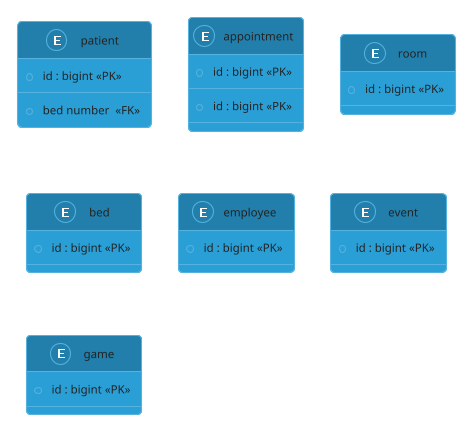
Before: puml/EER.png, a diagram exported from PlantUML (Oskar123456/SYSDAT-F25-TEAM-G).
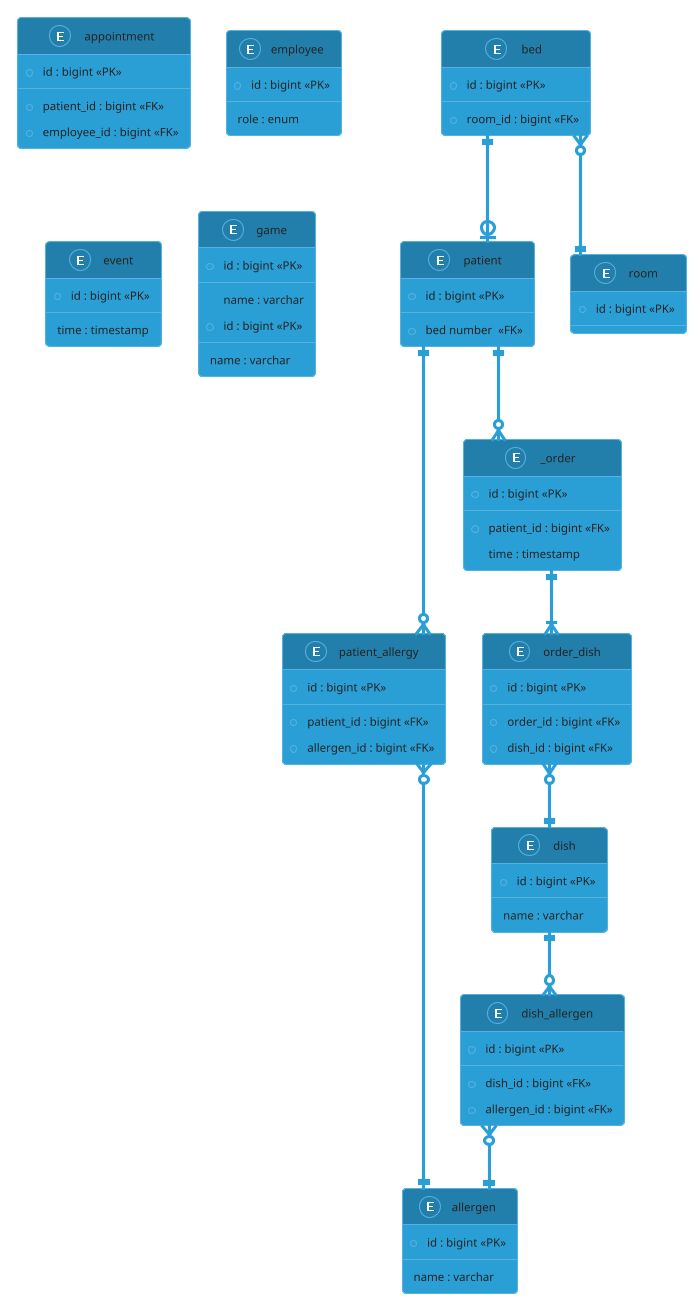
The same diagram one commit later.

What changed in the source:
```diff
@@ -8,9 +8,18 @@
     * bed number  <<FK>>
 }
 
+entity patient_allergy {
+    * id : bigint <<PK>>
+    --
+    * patient_id : bigint <<FK>>
+    * allergen_id : bigint <<FK>>
+}
+
 entity appointment {
     * id : bigint <<PK>>
     --
+    * patient_id : bigint <<FK>>
+    * employee_id : bigint <<FK>>
 }
 
 entity room {
@@ -20,23 +29,78 @@
 entity bed {
     * id : bigint <<PK>>
     --
+    * room_id : bigint <<FK>>
 }
 entity employee {
     * id : bigint <<PK>>
     --
+    role : enum
 }
-entity appointment {
-    * id : bigint <<PK>>
-    --
-}
+
 entity event {
     * id : bigint <<PK>>
     --
+    time : timestamp
 }
+
 entity game {
     * id : bigint <<PK>>
     --
+    name : varchar
+}
+
+entity _order {
+    * id : bigint <<PK>>
+    --
+    * patient_id : bigint <<FK>>
+    time : timestamp
+}
+
+entity order_dish {
+    * id : bigint <<PK>>
+    --
+    * order_id : bigint <<FK>>
+    * dish_id : bigint <<FK>>
+}
+
+entity dish {
+    * id : bigint <<PK>>
+    --
+    name : varchar
+}
+
+entity dish_allergen {
+    * id : bigint <<PK>>
+    --
+    * dish_id : bigint <<FK>>
+    * allergen_id : bigint <<FK>>
+}
+
+entity allergen {
+    * id : bigint <<PK>>
+    --
+    name : varchar
+}
+
+entity game {
+    * id : bigint <<PK>>
+    --
+    name : varchar
 }
 
 
+patient ||--o{ _order
+patient ||--o{ patient_allergy
+patient_allergy }o--|| allergen
+
+_order ||--|{ order_dish
+order_dish }o--|| dish
+
+dish ||--o{ dish_allergen
+dish_allergen }o--|| allergen
+
+bed }o--|| room
+bed ||--o| patient
+
+
 @enduml
```
